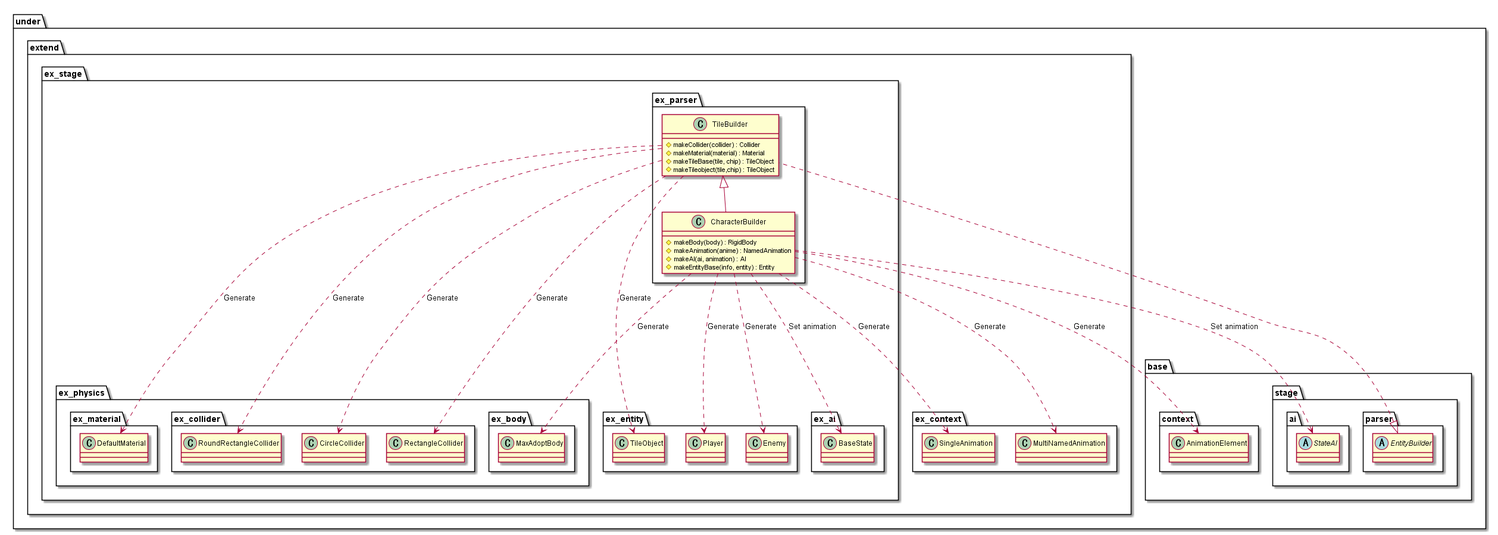
Above: out/uml/parser/Builder/ParserBuilder.png in Expine/Under (PlantUML), before the change. Source of this version:
```plantuml
@startuml ParserBuilder

package under {
    package extend {
        package ex_stage {
            package ex_parser {
                class TileBuilder {
                    #makeCollider(collider) : Collider
                    #makeMaterial(material) : Material
                    #makeTileBase(tile, chip) : TileObject
                    #makeTileobject(tile,chip) : TileObject
                }

                class CharacterBuilder {
                    #makeBody(body) : RigidBody
                    #makeAnimation(anime) : NamedAnimation
                    #makeAI(ai, animation) : AI
                    #makeEntityBase(info, entity) : Entity
                }
            }
        }
    }
}

package under {
    package base {
        package context {
            class AnimationElement
        }
        package stage {
            package parser {
                abstract EntityBuilder
            }
            package ai {
                abstract StateAI
            }
        }
    }
    package extend {
        package ex_context {
            class SingleAnimation
            class MultiNamedAnimation
        }
        package ex_stage {
            package ex_physics {
                package ex_collider {
                    class CircleCollider
                    class RectangleCollider
                    class RoundRectangleCollider
                }
                package ex_material {
                    class DefaultMaterial
                }
                package ex_body {
                    class MaxAdoptBody
                }
            }
            package ex_entity {
                class TileObject
                class Player
                class Enemy
            }
            package ex_ai {
                class BaseState
            }
        }

    }
}

TileBuilder ...> TileObject : Generate
TileBuilder ...> RectangleCollider : Generate
TileBuilder ...> CircleCollider : Generate
TileBuilder ...> RoundRectangleCollider : Generate
TileBuilder ...> DefaultMaterial : Generate
CharacterBuilder ...> MaxAdoptBody : Generate
CharacterBuilder ...> Player : Generate
CharacterBuilder ...> Enemy : Generate
CharacterBuilder ...> MultiNamedAnimation : Generate
CharacterBuilder ...> SingleAnimation : Generate
CharacterBuilder ...> AnimationElement : Generate
CharacterBuilder ...> StateAI : Set animation
CharacterBuilder ...> BaseState : Set animation

EntityBuilder <|.. TileBuilder
TileBuilder <|-- CharacterBuilder

@enduml
```
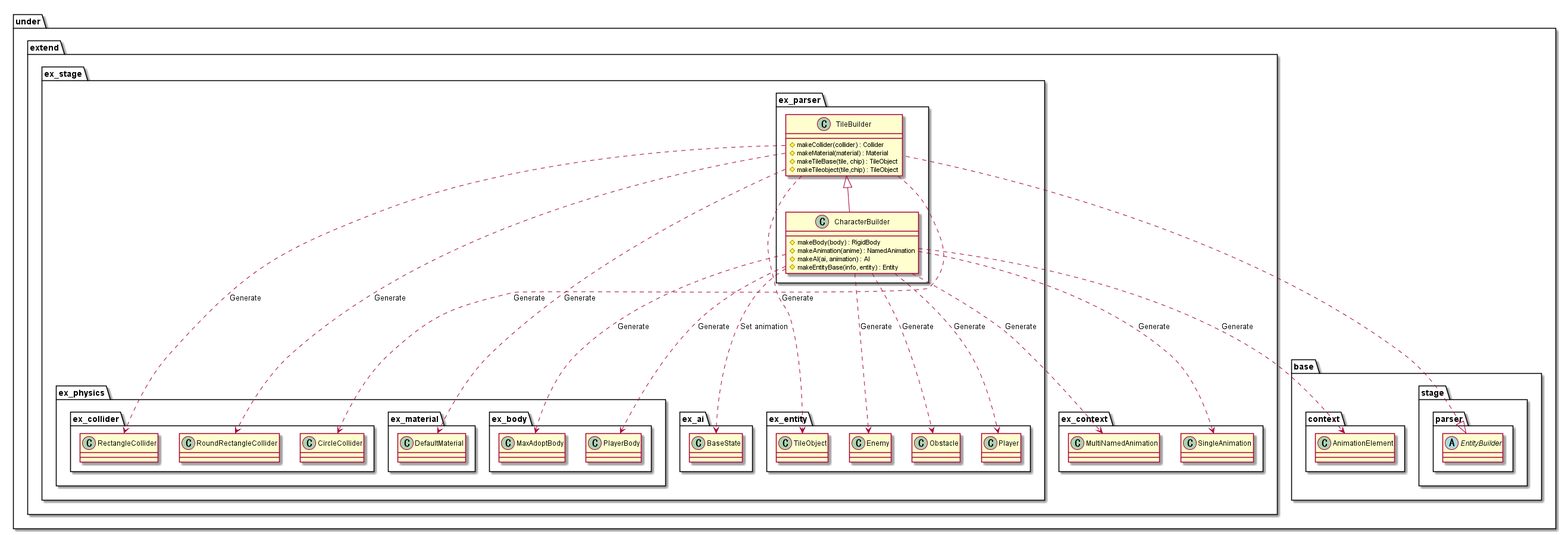
The same diagram one commit later.

What changed in the source:
```diff
@@ -31,9 +31,6 @@
             package parser {
                 abstract EntityBuilder
             }
-            package ai {
-                abstract StateAI
-            }
         }
     }
     package extend {
@@ -53,12 +50,14 @@
                 }
                 package ex_body {
                     class MaxAdoptBody
+                    class PlayerBody
                 }
             }
             package ex_entity {
                 class TileObject
                 class Player
                 class Enemy
+                class Obstacle
             }
             package ex_ai {
                 class BaseState
@@ -74,12 +73,13 @@
 TileBuilder ...> RoundRectangleCollider : Generate
 TileBuilder ...> DefaultMaterial : Generate
 CharacterBuilder ...> MaxAdoptBody : Generate
+CharacterBuilder ...> PlayerBody : Generate
 CharacterBuilder ...> Player : Generate
 CharacterBuilder ...> Enemy : Generate
+CharacterBuilder ...> Obstacle : Generate
 CharacterBuilder ...> MultiNamedAnimation : Generate
 CharacterBuilder ...> SingleAnimation : Generate
 CharacterBuilder ...> AnimationElement : Generate
-CharacterBuilder ...> StateAI : Set animation
 CharacterBuilder ...> BaseState : Set animation
 
 EntityBuilder <|.. TileBuilder
```
